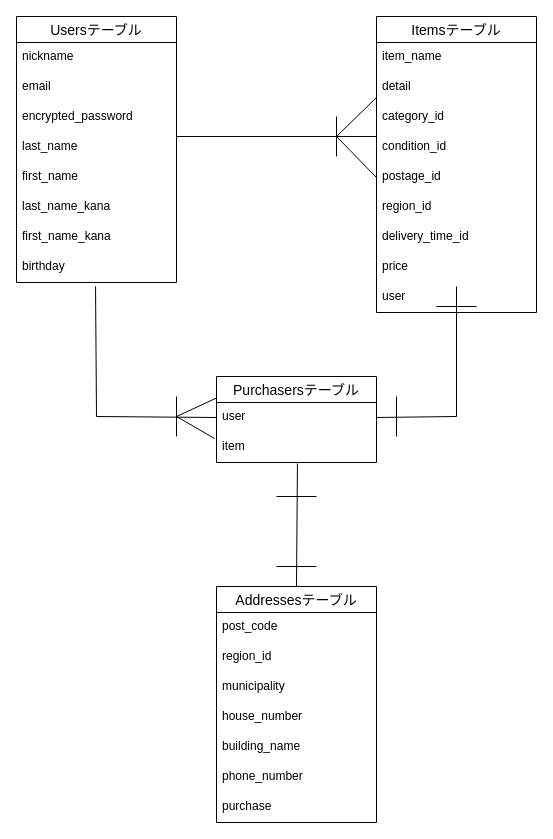
Before: app/test.dio in techcamp-kawamata/furima-40315, a draw.io diagram. Source tidied: cells renumbered, new cells numbered last; positions are measured from the earlier drawing's top-left corner, leaving out a move shared by most shapes. Both pictures are drawn from the tidied source at 100%, with x=0, y=0 at pixel (16, 16).
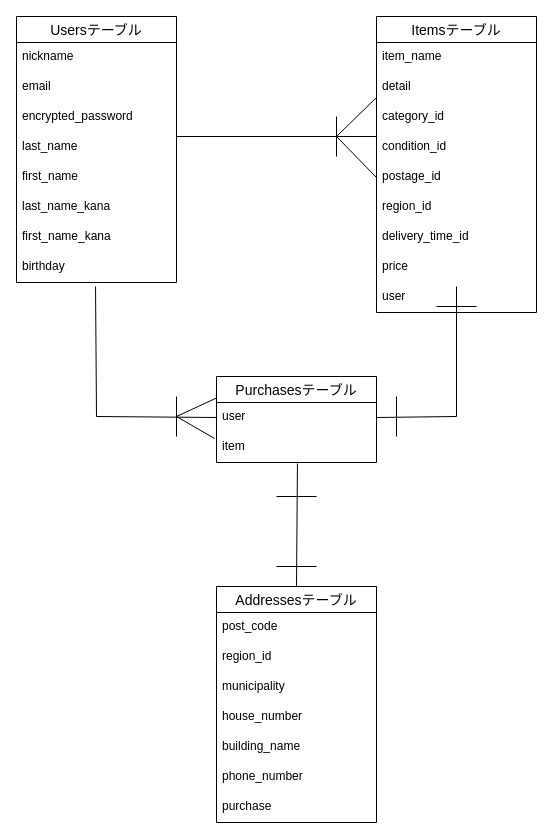
The same diagram, later.

Change to the diagram source:
```diff
@@
-    <mxCell id="21" value="Purchasersテーブル" style="swimlane;fontStyle=0;horizontal=1;startSize=26;align=center;fontSize=14;" parent="1" vertex="1">
+    <mxCell id="21" value="Purchasesテーブル" style="swimlane;fontStyle=0;horizontal=1;startSize=26;align=center;fontSize=14;" parent="1" vertex="1">
       <mxGeometry x="200" y="360" width="160" height="86" as="geometry" />
     </mxCell>
```
